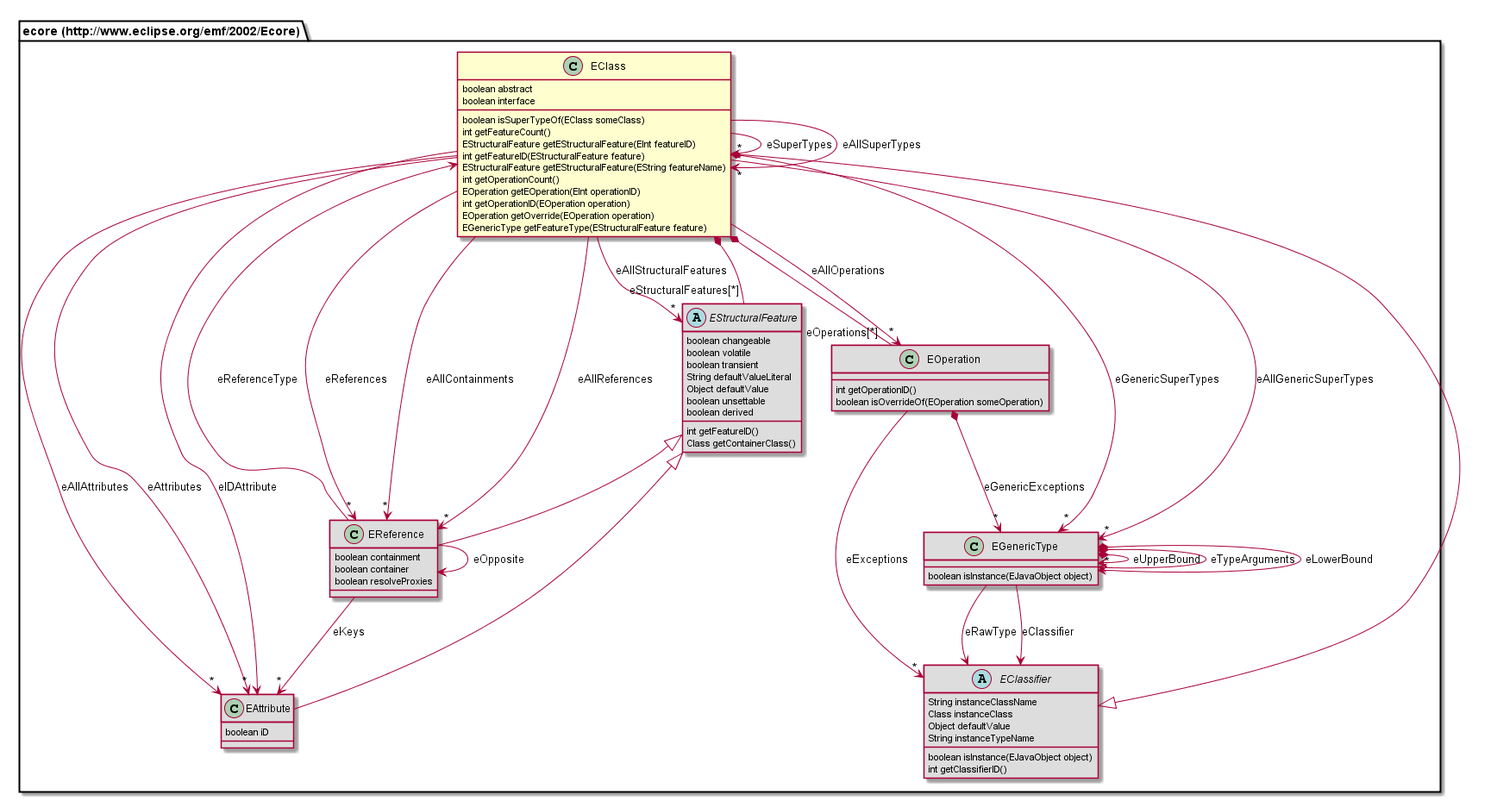
Nasdanika/codegen keeps this PlantUML diagram as org.nasdanika.codegen.editor/doc/model/687474703a2f2f7777772e65636c697073652e6f72672f656d662f323030322f45636f7265/EClass.png. Above is the earlier version.
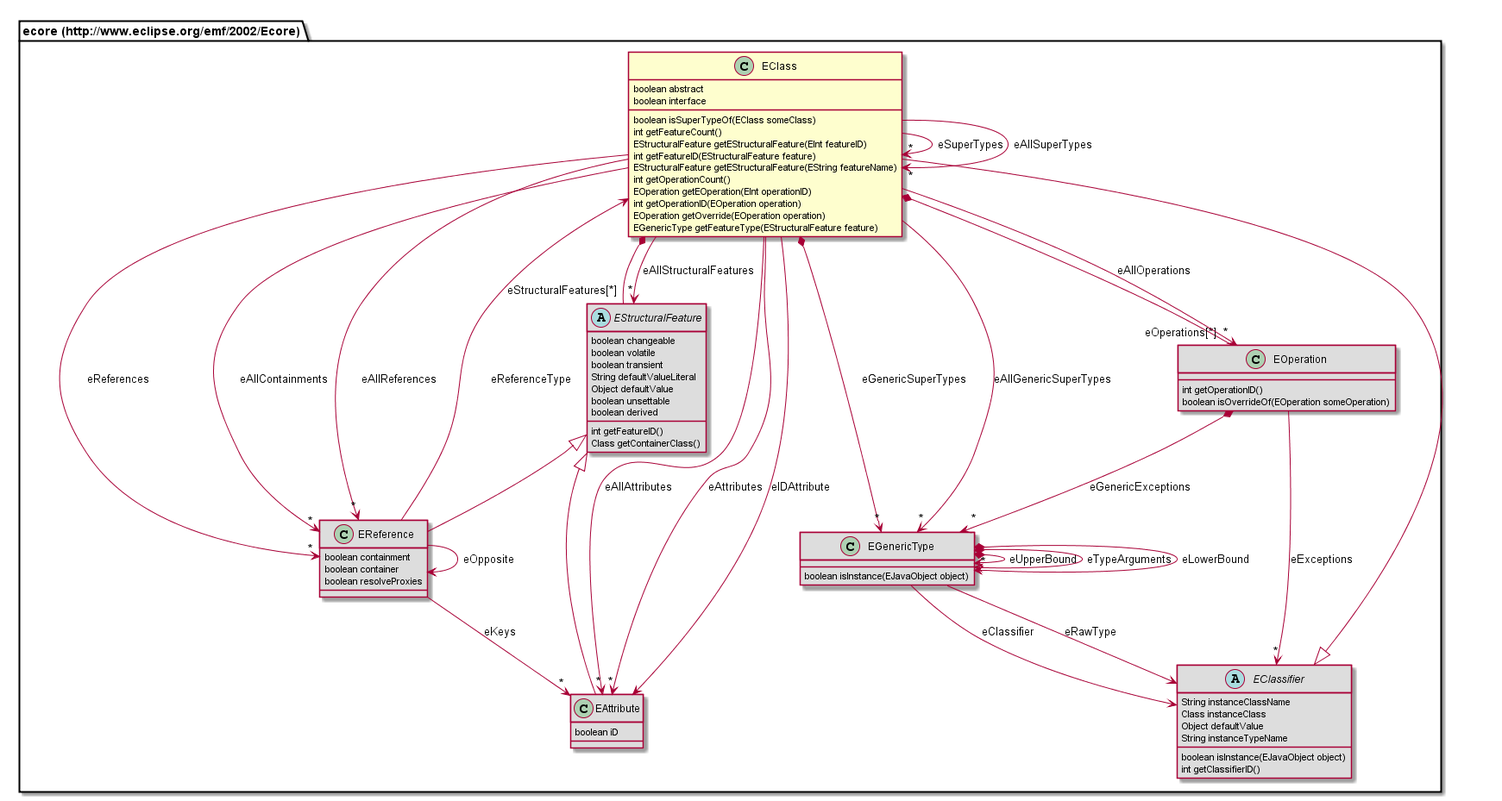
After the commit.

Change to the diagram source:
```diff
@@ -13,10 +13,28 @@
 	EOperation getOverride(EOperation operation)
 	EGenericType getFeatureType(EStructuralFeature feature)
 }
+class "ecore (http://www.eclipse.org/emf/2002/Ecore).EOperation" #DDDDDD {
+	int getOperationID()
+	boolean isOverrideOf(EOperation someOperation)
+}
+abstract class "ecore (http://www.eclipse.org/emf/2002/Ecore).EClassifier" #DDDDDD {
+	String instanceClassName
+	Class instanceClass
+	Object defaultValue
+	String instanceTypeName
+	boolean isInstance(EJavaObject object)
+	int getClassifierID()
+}
+class "ecore (http://www.eclipse.org/emf/2002/Ecore).EAttribute" #DDDDDD {
+	boolean iD
+}
 class "ecore (http://www.eclipse.org/emf/2002/Ecore).EReference" #DDDDDD {
 	boolean containment
 	boolean container
 	boolean resolveProxies
+}
+class "ecore (http://www.eclipse.org/emf/2002/Ecore).EGenericType" #DDDDDD {
+	boolean isInstance(EJavaObject object)
 }
 abstract class "ecore (http://www.eclipse.org/emf/2002/Ecore).EStructuralFeature" #DDDDDD {
 	boolean changeable
@@ -29,27 +47,9 @@
 	int getFeatureID()
 	Class getContainerClass()
 }
-class "ecore (http://www.eclipse.org/emf/2002/Ecore).EGenericType" #DDDDDD {
-	boolean isInstance(EJavaObject object)
-}
-class "ecore (http://www.eclipse.org/emf/2002/Ecore).EAttribute" #DDDDDD {
-	boolean iD
-}
-abstract class "ecore (http://www.eclipse.org/emf/2002/Ecore).EClassifier" #DDDDDD {
-	String instanceClassName
-	Class instanceClass
-	Object defaultValue
-	String instanceTypeName
-	boolean isInstance(EJavaObject object)
-	int getClassifierID()
-}
-class "ecore (http://www.eclipse.org/emf/2002/Ecore).EOperation" #DDDDDD {
-	int getOperationID()
-	boolean isOverrideOf(EOperation someOperation)
-}
 "ecore (http://www.eclipse.org/emf/2002/Ecore).EClassifier" <|-- "ecore (http://www.eclipse.org/emf/2002/Ecore).EClass"
+"ecore (http://www.eclipse.org/emf/2002/Ecore).EStructuralFeature" <|-- "ecore (http://www.eclipse.org/emf/2002/Ecore).EAttribute"
 "ecore (http://www.eclipse.org/emf/2002/Ecore).EStructuralFeature" <|-- "ecore (http://www.eclipse.org/emf/2002/Ecore).EReference"
-"ecore (http://www.eclipse.org/emf/2002/Ecore).EStructuralFeature" <|-- "ecore (http://www.eclipse.org/emf/2002/Ecore).EAttribute"
 "ecore (http://www.eclipse.org/emf/2002/Ecore).EClass" --> "*" "ecore (http://www.eclipse.org/emf/2002/Ecore).EClass" : eSuperTypes
 "ecore (http://www.eclipse.org/emf/2002/Ecore).EClass" *-- "eOperations[*]" "ecore (http://www.eclipse.org/emf/2002/Ecore).EOperation"
 "ecore (http://www.eclipse.org/emf/2002/Ecore).EClass" --> "*" "ecore (http://www.eclipse.org/emf/2002/Ecore).EAttribute" : eAllAttributes
@@ -64,6 +64,8 @@
 "ecore (http://www.eclipse.org/emf/2002/Ecore).EClass" *-- "eStructuralFeatures[*]" "ecore (http://www.eclipse.org/emf/2002/Ecore).EStructuralFeature"
 "ecore (http://www.eclipse.org/emf/2002/Ecore).EClass" *--> "*" "ecore (http://www.eclipse.org/emf/2002/Ecore).EGenericType" : eGenericSuperTypes
 "ecore (http://www.eclipse.org/emf/2002/Ecore).EClass" --> "*" "ecore (http://www.eclipse.org/emf/2002/Ecore).EGenericType" : eAllGenericSuperTypes
+"ecore (http://www.eclipse.org/emf/2002/Ecore).EOperation" --> "*" "ecore (http://www.eclipse.org/emf/2002/Ecore).EClassifier" : eExceptions
+"ecore (http://www.eclipse.org/emf/2002/Ecore).EOperation" *--> "*" "ecore (http://www.eclipse.org/emf/2002/Ecore).EGenericType" : eGenericExceptions
 "ecore (http://www.eclipse.org/emf/2002/Ecore).EReference" --> "ecore (http://www.eclipse.org/emf/2002/Ecore).EReference" : eOpposite
 "ecore (http://www.eclipse.org/emf/2002/Ecore).EReference" --> "ecore (http://www.eclipse.org/emf/2002/Ecore).EClass" : eReferenceType
 "ecore (http://www.eclipse.org/emf/2002/Ecore).EReference" --> "*" "ecore (http://www.eclipse.org/emf/2002/Ecore).EAttribute" : eKeys
@@ -72,6 +74,4 @@
 "ecore (http://www.eclipse.org/emf/2002/Ecore).EGenericType" --> "ecore (http://www.eclipse.org/emf/2002/Ecore).EClassifier" : eRawType
 "ecore (http://www.eclipse.org/emf/2002/Ecore).EGenericType" *--> "ecore (http://www.eclipse.org/emf/2002/Ecore).EGenericType" : eLowerBound
 "ecore (http://www.eclipse.org/emf/2002/Ecore).EGenericType" --> "ecore (http://www.eclipse.org/emf/2002/Ecore).EClassifier" : eClassifier
-"ecore (http://www.eclipse.org/emf/2002/Ecore).EOperation" --> "*" "ecore (http://www.eclipse.org/emf/2002/Ecore).EClassifier" : eExceptions
-"ecore (http://www.eclipse.org/emf/2002/Ecore).EOperation" *--> "*" "ecore (http://www.eclipse.org/emf/2002/Ecore).EGenericType" : eGenericExceptions
 @enduml
```
